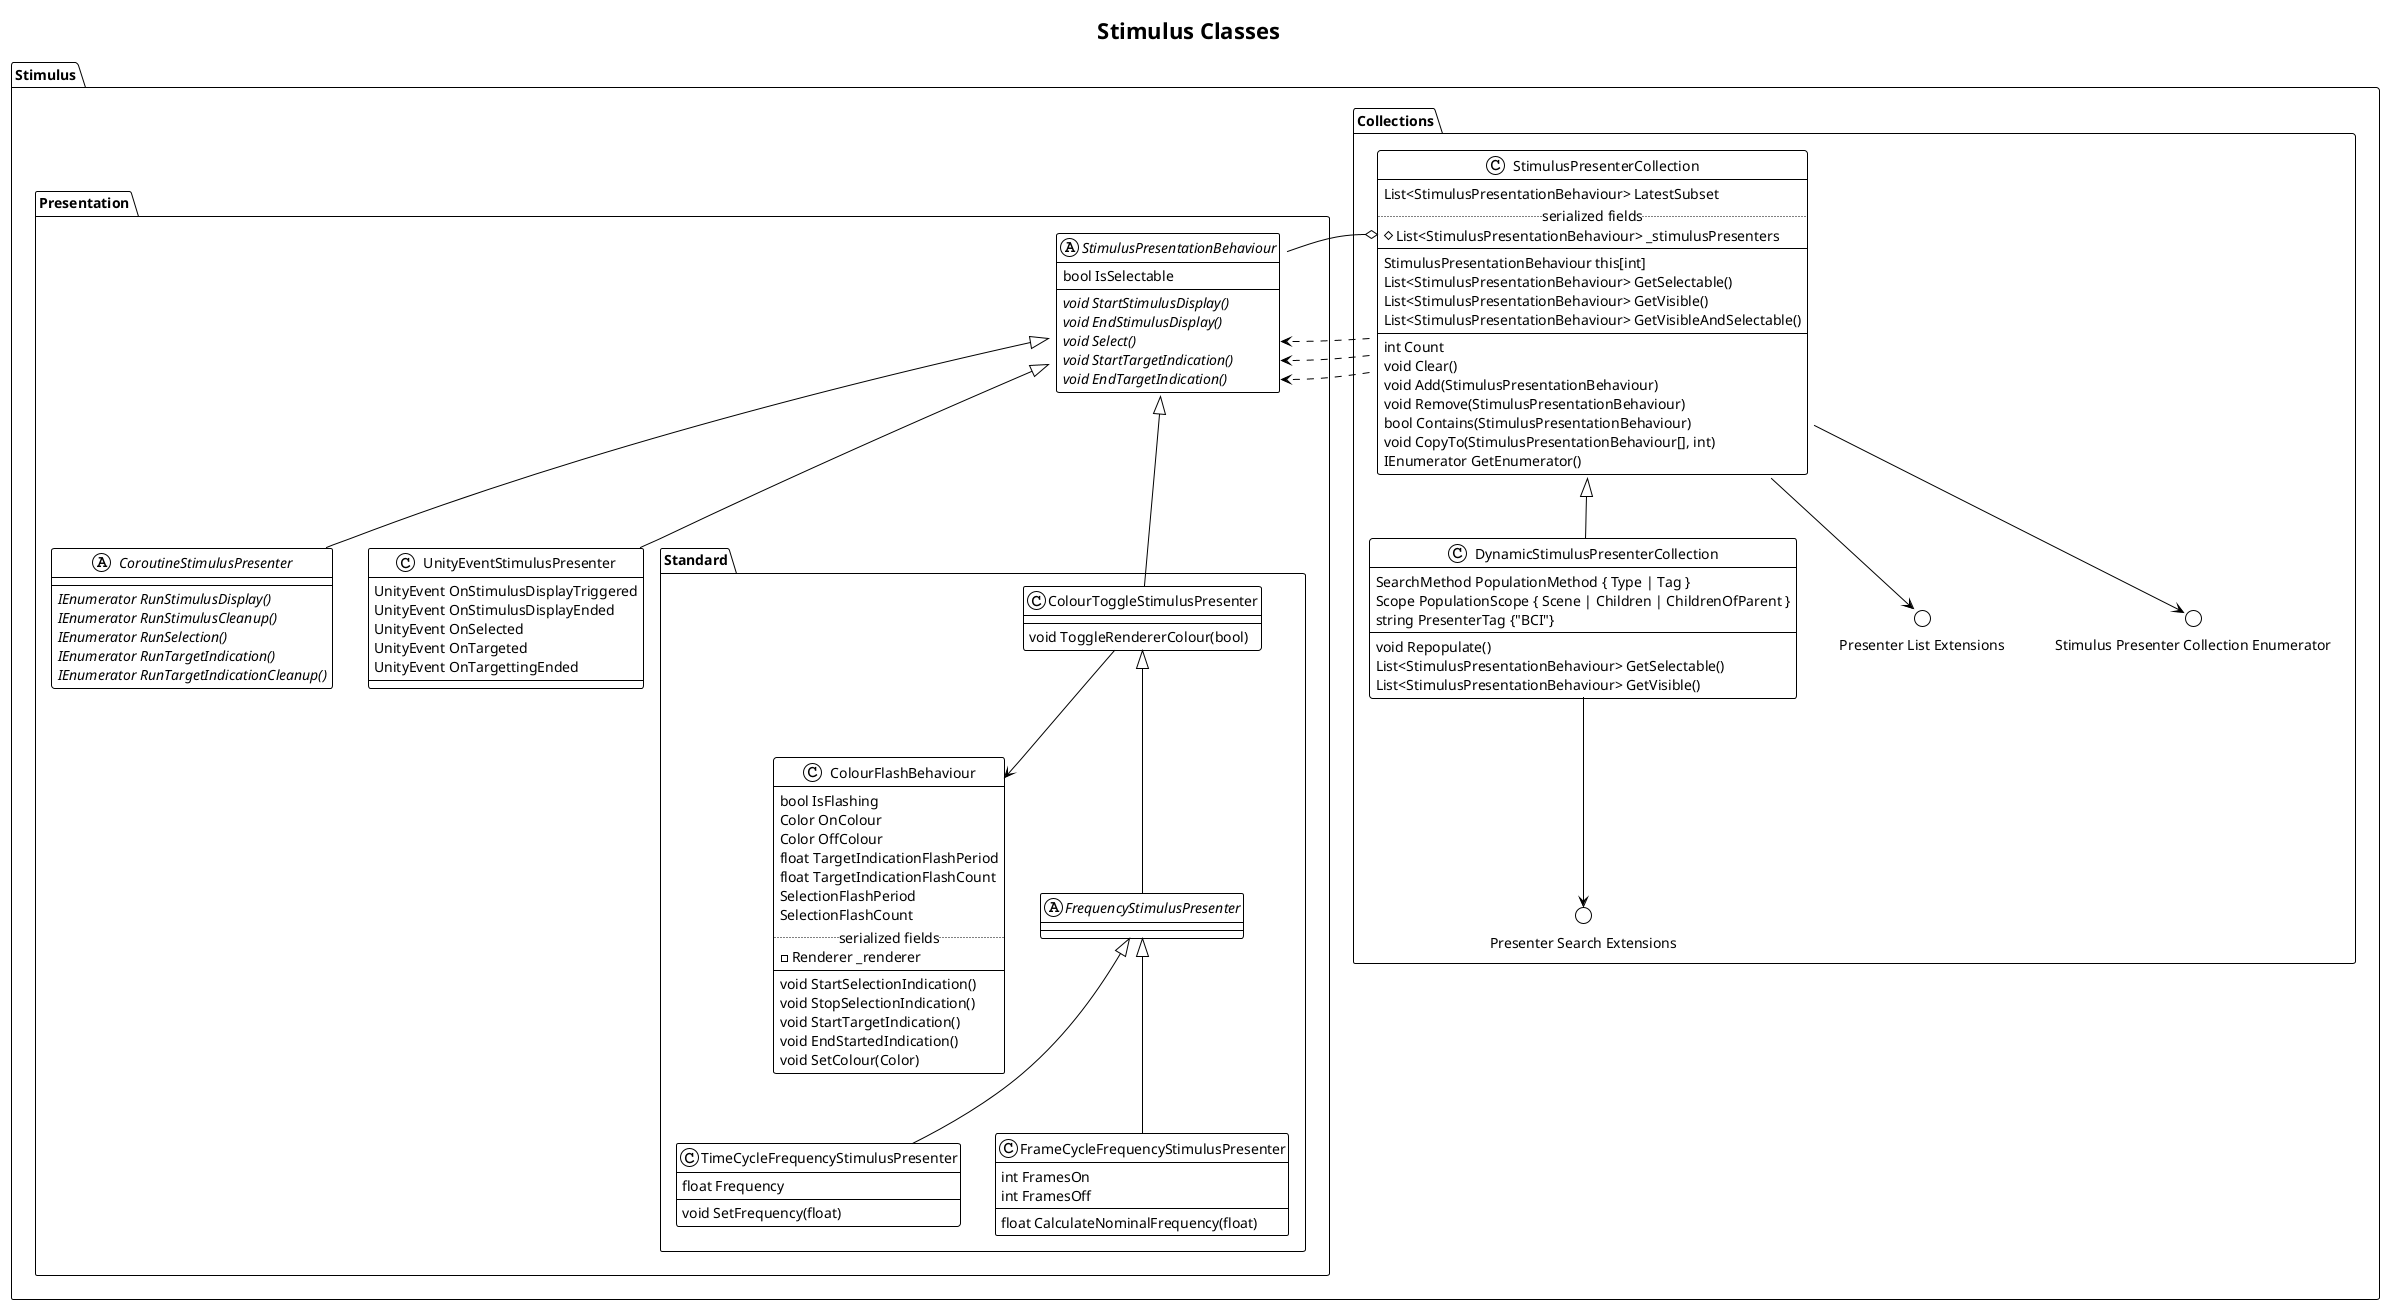
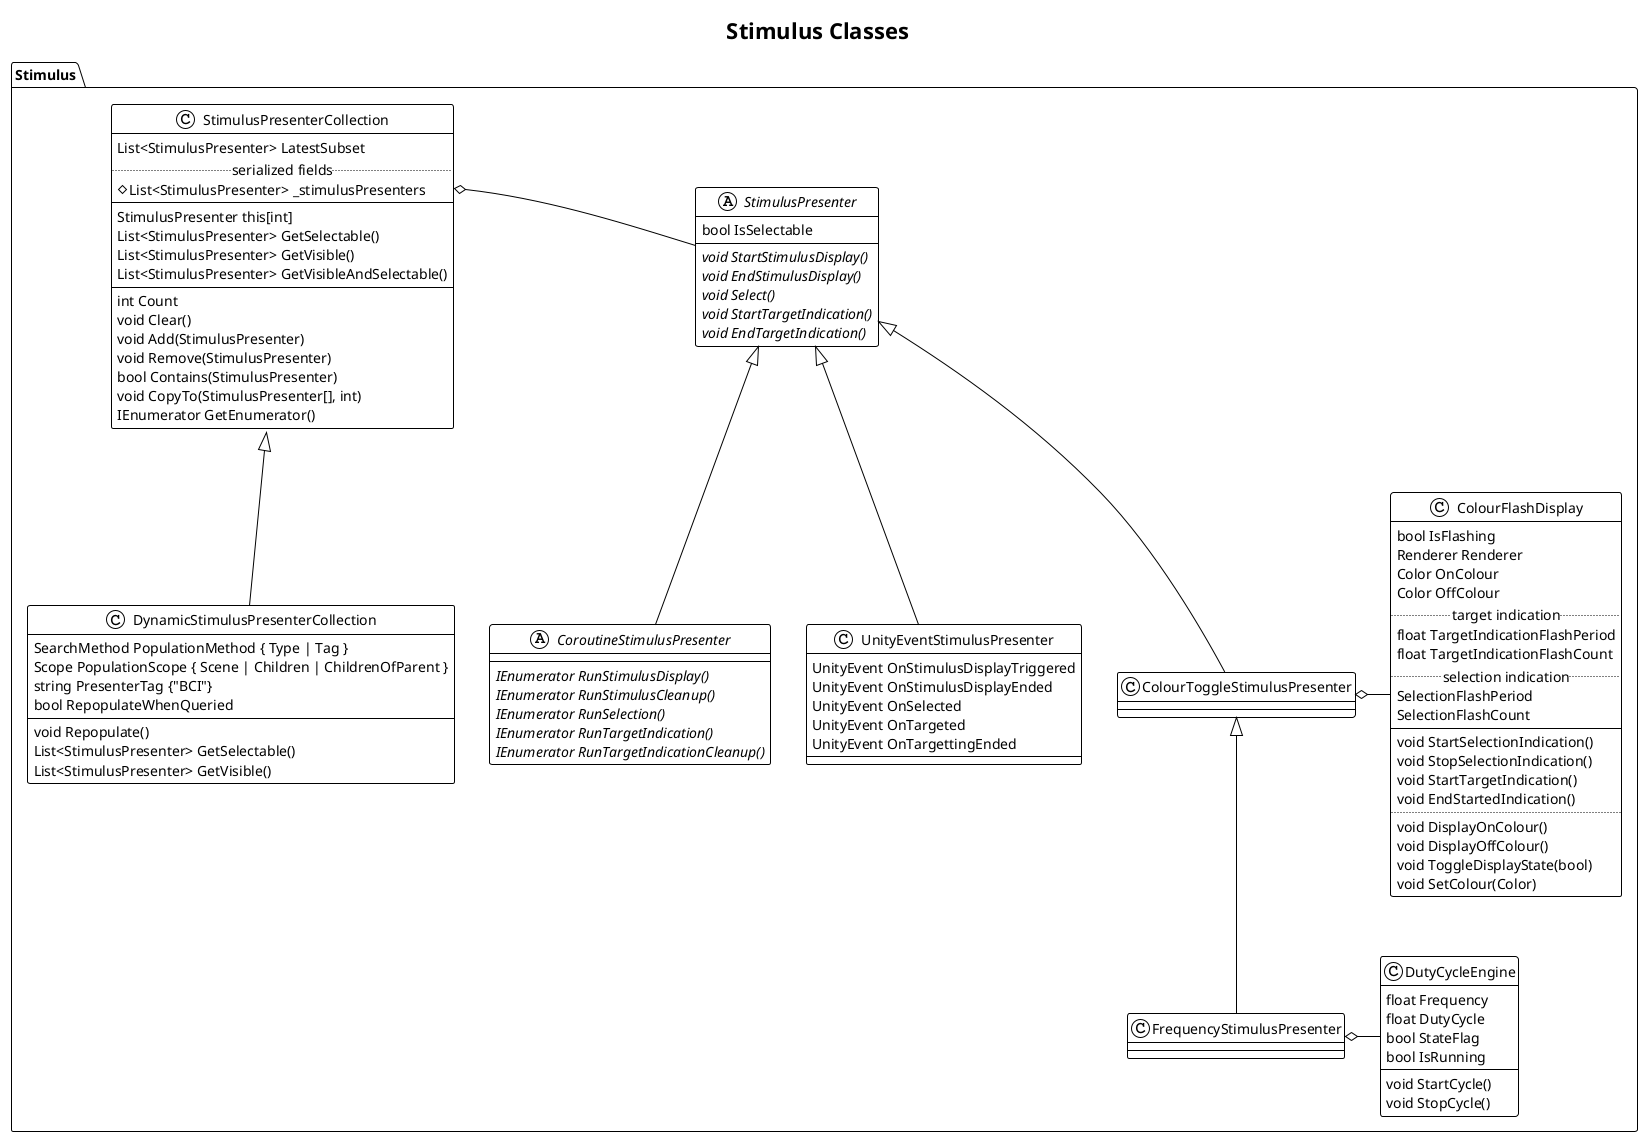
@startuml stimulus
!theme plain
title
Stimulus Classes
end title

namespace Stimulus {
-     namespace Collections {
-         class StimulusPresenterCollection {
-             List<StimulusPresentationBehaviour> LatestSubset
-             ..serialized fields..
-             # List<StimulusPresentationBehaviour> _stimulusPresenters
-             --
-             StimulusPresentationBehaviour this[int]
-             List<StimulusPresentationBehaviour> GetSelectable()
-             List<StimulusPresentationBehaviour> GetVisible()
-             List<StimulusPresentationBehaviour> GetVisibleAndSelectable()
-             --
-             int Count
-             void Clear()
-             void Add(StimulusPresentationBehaviour)
-             void Remove(StimulusPresentationBehaviour)
-             bool Contains(StimulusPresentationBehaviour)
-             void CopyTo(StimulusPresentationBehaviour[], int)
-             IEnumerator GetEnumerator()
-         }
- 
-         class DynamicStimulusPresenterCollection extends StimulusPresenterCollection {
-             SearchMethod PopulationMethod { Type | Tag }
-             Scope PopulationScope { Scene | Children | ChildrenOfParent }
-             string PresenterTag {"BCI"}
-             void Repopulate()
-             List<StimulusPresentationBehaviour> GetSelectable()
-             List<StimulusPresentationBehaviour> GetVisible()
-         }
- 
-         circle "Presenter List Extensions" as list_ext
-         circle "Presenter Search Extensions" as search_ext
-         circle "Stimulus Presenter Collection Enumerator" as enumerator
- 
-         StimulusPresenterCollection --> list_ext
-         StimulusPresenterCollection --> enumerator
-         DynamicStimulusPresenterCollection --> search_ext
+     class StimulusPresenterCollection {
+         List<StimulusPresenter> LatestSubset
+         ..serialized fields..
+         # List<StimulusPresenter> _stimulusPresenters
+         --
+         StimulusPresenter this[int]
+         List<StimulusPresenter> GetSelectable()
+         List<StimulusPresenter> GetVisible()
+         List<StimulusPresenter> GetVisibleAndSelectable()
+         --
+         int Count
+         void Clear()
+         void Add(StimulusPresenter)
+         void Remove(StimulusPresenter)
+         bool Contains(StimulusPresenter)
+         void CopyTo(StimulusPresenter[], int)
+         IEnumerator GetEnumerator()
    }

-     namespace Presentation {
-         abstract StimulusPresentationBehaviour {
-             bool IsSelectable
-             {abstract} void StartStimulusDisplay()
-             {abstract} void EndStimulusDisplay()
-             {abstract} void Select()
-             {abstract} void StartTargetIndication()
-             {abstract} void EndTargetIndication()
-         }
- 
-         abstract CoroutineStimulusPresenter extends StimulusPresentationBehaviour
-         {
-             {abstract} IEnumerator RunStimulusDisplay()
-             {abstract} IEnumerator RunStimulusCleanup()
-             {abstract} IEnumerator RunSelection()
-             {abstract} IEnumerator RunTargetIndication()
-             {abstract} IEnumerator RunTargetIndicationCleanup()
-         }
- 
-         class UnityEventStimulusPresenter extends StimulusPresentationBehaviour {
-             UnityEvent OnStimulusDisplayTriggered
-             UnityEvent OnStimulusDisplayEnded
-             UnityEvent OnSelected
-             UnityEvent OnTargeted
-             UnityEvent OnTargettingEnded
-         }
- 
-         namespace Standard {
-             class ColourFlashBehaviour {
-                 bool IsFlashing
-                 Color OnColour
-                 Color OffColour
-                 float TargetIndicationFlashPeriod
-                 float TargetIndicationFlashCount
-                 SelectionFlashPeriod
-                 SelectionFlashCount
-                 ..serialized fields..
-                 - Renderer _renderer
-                 --
-                 void StartSelectionIndication()
-                 void StopSelectionIndication()
-                 void StartTargetIndication()
-                 void EndStartedIndication()
-                 void SetColour(Color)
-             }
- 
-             class ColourToggleStimulusPresenter extends .Stimulus.Presentation.StimulusPresentationBehaviour {
-                 void ToggleRendererColour(bool)
-             }
-             ColourToggleStimulusPresenter --> ColourFlashBehaviour
- 
-             abstract FrequencyStimulusPresenter extends ColourToggleStimulusPresenter
- 
-             class TimeCycleFrequencyStimulusPresenter extends FrequencyStimulusPresenter {
-                 float Frequency
-                 void SetFrequency(float)
-             }
-             class FrameCycleFrequencyStimulusPresenter extends FrequencyStimulusPresenter {
-                 int FramesOn
-                 int FramesOff
-                 float CalculateNominalFrequency(float)
-             }
-         }
+     class DynamicStimulusPresenterCollection extends StimulusPresenterCollection {
+         SearchMethod PopulationMethod { Type | Tag }
+         Scope PopulationScope { Scene | Children | ChildrenOfParent }
+         string PresenterTag {"BCI"}
+         bool RepopulateWhenQueried
+         void Repopulate()
+         List<StimulusPresenter> GetSelectable()
+         List<StimulusPresenter> GetVisible()
    }

-     Presentation.StimulusPresentationBehaviour -o Collections.StimulusPresenterCollection::_stimulusPresenters
+     StimulusPresenterCollection::_stimulusPresenters o- StimulusPresenter

-     Collections.StimulusPresenterCollection::makeSelection ..> Presentation.StimulusPresentationBehaviour::Select
-     Collections.StimulusPresenterCollection::BeginTargetIndication ..> Presentation.StimulusPresentationBehaviour::StartTargetIndication
-     Collections.StimulusPresenterCollection::EndTargetIndication ..> Presentation.StimulusPresentationBehaviour::EndTargetIndication
+ ' ---
+ 
+     abstract StimulusPresenter {
+         bool IsSelectable
+         {abstract} void StartStimulusDisplay()
+         {abstract} void EndStimulusDisplay()
+         {abstract} void Select()
+         {abstract} void StartTargetIndication()
+         {abstract} void EndTargetIndication()
+     }
+ 
+     abstract CoroutineStimulusPresenter extends StimulusPresenter
+     {
+         {abstract} IEnumerator RunStimulusDisplay()
+         {abstract} IEnumerator RunStimulusCleanup()
+         {abstract} IEnumerator RunSelection()
+         {abstract} IEnumerator RunTargetIndication()
+         {abstract} IEnumerator RunTargetIndicationCleanup()
+     }
+ 
+     class UnityEventStimulusPresenter extends StimulusPresenter {
+         UnityEvent OnStimulusDisplayTriggered
+         UnityEvent OnStimulusDisplayEnded
+         UnityEvent OnSelected
+         UnityEvent OnTargeted
+         UnityEvent OnTargettingEnded
+     }
+ 
+ ' ---
+ 
+     class ColourFlashDisplay {
+         bool IsFlashing
+         Renderer Renderer
+         Color OnColour
+         Color OffColour
+         ..target indication..
+         float TargetIndicationFlashPeriod
+         float TargetIndicationFlashCount
+         ..selection indication..
+         SelectionFlashPeriod
+         SelectionFlashCount
+         ---
+         void StartSelectionIndication()
+         void StopSelectionIndication()
+         void StartTargetIndication()
+         void EndStartedIndication()
+         ..
+         void DisplayOnColour()
+         void DisplayOffColour()
+         void ToggleDisplayState(bool)
+         void SetColour(Color)
+     }
+ 
+     class DutyCycleEngine {
+         float Frequency
+         float DutyCycle
+         bool StateFlag
+         bool IsRunning
+         ---
+         void StartCycle()
+         void StopCycle()
+     }
+ 
+ 
+     class ColourToggleStimulusPresenter extends StimulusPresenter
+     ColourToggleStimulusPresenter o- ColourFlashDisplay
+ 
+     class FrequencyStimulusPresenter extends ColourToggleStimulusPresenter
+     FrequencyStimulusPresenter o- DutyCycleEngine
}

@enduml